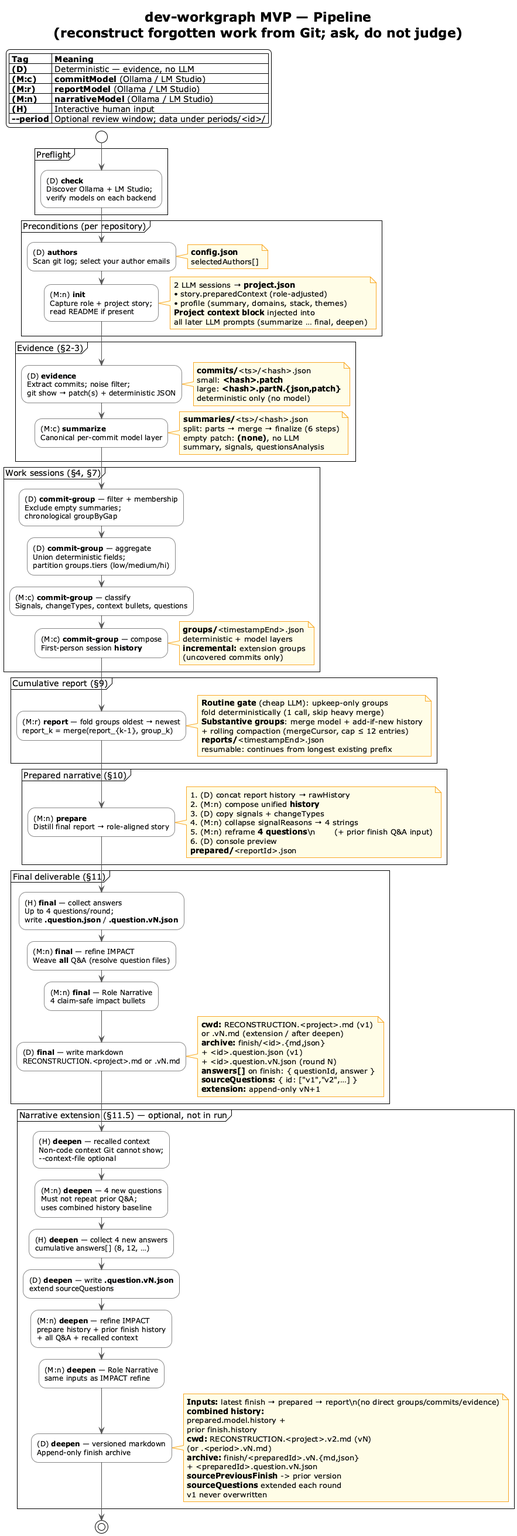
vzakharchenko/dev-workgraph keeps this PlantUML diagram as img/dev-workgraph-pipeline.png. Above is the earlier version.
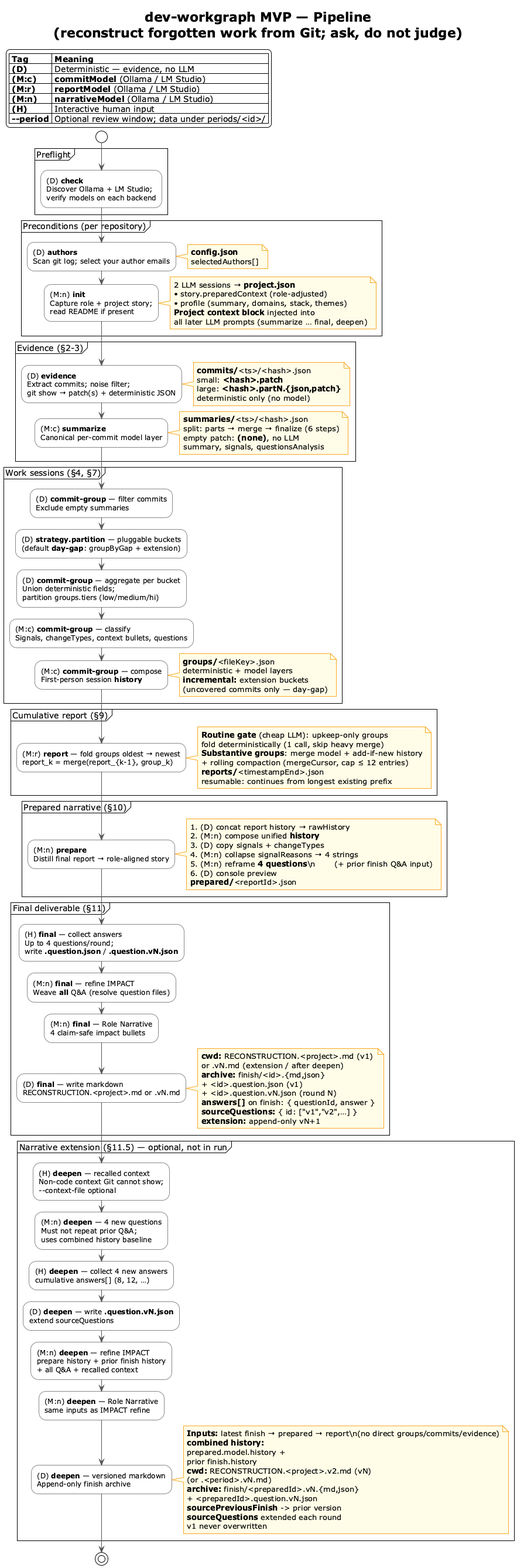
Later version of the same file.

Diff of the diagram source:
```diff
@@ -60,15 +60,16 @@
 }
 
 partition "Work sessions (§4, §7)" {
-  :(D) **commit-group** — filter + membership\nExclude empty summaries;\nchronological groupByGap;
-  :(D) **commit-group** — aggregate\nUnion deterministic fields;\npartition groups.tiers (low/medium/hi);
+  :(D) **commit-group** — filter commits\nExclude empty summaries;
+  :(D) **strategy.partition** — pluggable buckets\n(default **day-gap**: groupByGap + extension);
+  :(D) **commit-group** — aggregate per bucket\nUnion deterministic fields;\npartition groups.tiers (low/medium/hi);
   :(M:c) **commit-group** — classify\nSignals, changeTypes, context bullets, questions;
   :(M:c) **commit-group** — compose\nFirst-person session **history**;
   note right
-    **groups/**<timestampEnd>.json
+    **groups/**<fileKey>.json
     deterministic + model layers
-    **incremental:** extension groups
-    (uncovered commits only)
+    **incremental:** extension buckets
+    (uncovered commits only — day-gap)
   end note
 }
 
```
